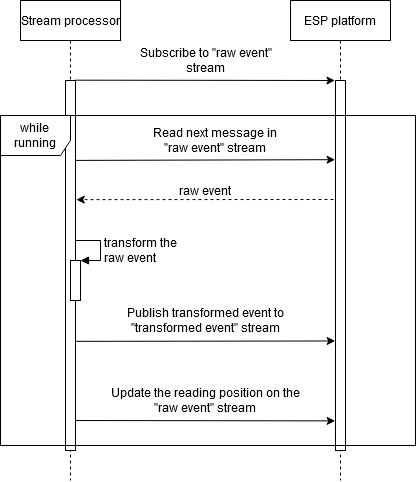
Above: images/implement-stream-processor.png in duyhieuvo/master-thesis (draw.io), before the change. Source tidied: cells renumbered, new cells last; positions are measured from the earlier drawing's top-left corner, leaving out a move shared by most shapes.
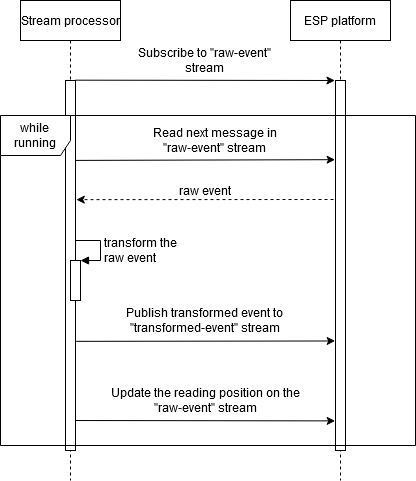
The same diagram one commit later.

What changed in the source:
```diff
@@ -17,7 +17,7 @@
     <mxCell id="6" style="endArrow=classic;html=1;exitX=1.04;exitY=0.216;exitDx=0;exitDy=0;exitPerimeter=0;entryX=-0.04;entryY=0.214;entryDx=0;entryDy=0;entryPerimeter=0;" parent="1" edge="1" source="3" target="5">
       <mxGeometry relative="1" as="geometry" />
     </mxCell>
-    <mxCell id="7" value="&lt;div&gt;Read next message in&lt;/div&gt;&lt;div&gt;&quot;raw event&quot; stream&lt;br&gt; &lt;/div&gt;" style="text;html=1;strokeColor=none;fillColor=none;align=center;verticalAlign=middle;whiteSpace=wrap;rounded=0;" parent="1" vertex="1">
+    <mxCell id="7" value="&lt;div&gt;Read next message in&lt;/div&gt;&lt;div&gt;&quot;raw-event&quot; stream&lt;br&gt; &lt;/div&gt;" style="text;html=1;strokeColor=none;fillColor=none;align=center;verticalAlign=middle;whiteSpace=wrap;rounded=0;" parent="1" vertex="1">
       <mxGeometry x="140" y="130" width="150" height="20" as="geometry" />
     </mxCell>
     <mxCell id="8" style="endArrow=classic;html=1;entryX=1.08;entryY=0.322;entryDx=0;entryDy=0;entryPerimeter=0;dashed=1;" parent="1" edge="1" target="3">
@@ -44,23 +44,23 @@
     <mxCell id="12" style="endArrow=classic;html=1;exitX=1.067;exitY=0.705;exitDx=0;exitDy=0;exitPerimeter=0;entryX=-0.033;entryY=0.704;entryDx=0;entryDy=0;entryPerimeter=0;" parent="1" edge="1" source="3" target="5">
       <mxGeometry relative="1" as="geometry" />
     </mxCell>
-    <mxCell id="13" value="Publish transformed event to &quot;transformed event&quot; stream" style="text;html=1;strokeColor=none;fillColor=none;align=center;verticalAlign=middle;whiteSpace=wrap;rounded=0;" parent="1" vertex="1">
+    <mxCell id="13" value="Publish transformed event to &quot;transformed-event&quot; stream" style="text;html=1;strokeColor=none;fillColor=none;align=center;verticalAlign=middle;whiteSpace=wrap;rounded=0;" parent="1" vertex="1">
       <mxGeometry x="92.5" y="310" width="225" height="20" as="geometry" />
     </mxCell>
     <mxCell id="14" style="endArrow=classic;html=1;exitX=0.943;exitY=0.919;exitDx=0;exitDy=0;exitPerimeter=0;entryX=-0.033;entryY=0.92;entryDx=0;entryDy=0;entryPerimeter=0;" parent="1" edge="1" source="3" target="5">
       <mxGeometry relative="1" as="geometry" />
     </mxCell>
-    <mxCell id="15" value="&lt;div&gt;Update the reading position on the &lt;br&gt;&lt;/div&gt;&lt;div&gt;&quot;raw event&quot; stream&lt;br&gt;&lt;/div&gt;" style="text;html=1;strokeColor=none;fillColor=none;align=center;verticalAlign=middle;whiteSpace=wrap;rounded=0;" parent="1" vertex="1">
+    <mxCell id="15" value="&lt;div&gt;Update the reading position on the &lt;br&gt;&lt;/div&gt;&lt;div&gt;&quot;raw-event&quot; stream&lt;br&gt;&lt;/div&gt;" style="text;html=1;strokeColor=none;fillColor=none;align=center;verticalAlign=middle;whiteSpace=wrap;rounded=0;" parent="1" vertex="1">
       <mxGeometry x="98.8" y="390" width="212.5" height="20" as="geometry" />
     </mxCell>
-    <mxCell id="16" value="&lt;div&gt;while &lt;br&gt;&lt;/div&gt;&lt;div&gt;running&lt;br&gt;&lt;/div&gt;" style="shape=umlFrame;whiteSpace=wrap;html=1;width=70;height=40;" parent="1" vertex="1">
-      <mxGeometry y="115" width="415" height="330" as="geometry" />
-    </mxCell>
     <mxCell id="17" style="endArrow=classic;html=1;fontSize=12;exitX=0.549;exitY=0.166;exitDx=0;exitDy=0;exitPerimeter=0;entryX=-0.056;entryY=0;entryDx=0;entryDy=0;entryPerimeter=0;" parent="1" edge="1" source="2" target="5">
       <mxGeometry relative="1" as="geometry" />
     </mxCell>
-    <mxCell id="18" value="Subscribe to &quot;raw event&quot; stream" style="text;html=1;strokeColor=none;fillColor=none;align=center;verticalAlign=middle;whiteSpace=wrap;rounded=0;fontSize=12;" parent="1" vertex="1">
+    <mxCell id="18" value="Subscribe to &quot;raw-event&quot; stream" style="text;html=1;strokeColor=none;fillColor=none;align=center;verticalAlign=middle;whiteSpace=wrap;rounded=0;fontSize=12;" parent="1" vertex="1">
       <mxGeometry x="117.5" y="50" width="175" height="20" as="geometry" />
     </mxCell>
+    <mxCell id="16" value="&lt;div&gt;while &lt;br&gt;&lt;/div&gt;&lt;div&gt;running&lt;br&gt;&lt;/div&gt;" style="shape=umlFrame;whiteSpace=wrap;html=1;width=70;height=40;" parent="1" vertex="1">
+      <mxGeometry y="115" width="415" height="330" as="geometry" />
+    </mxCell>
   </root>
 </mxGraphModel>
```
